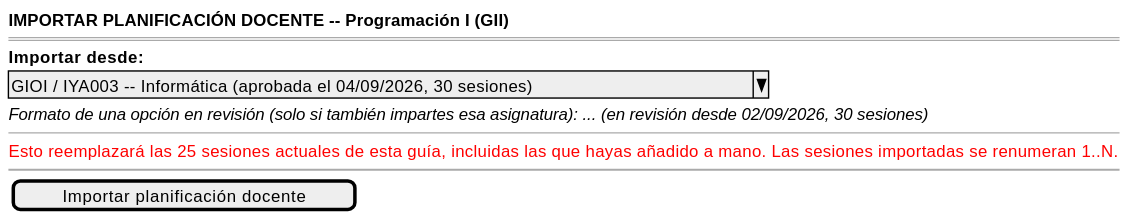
Earlier version of the PlantUML export images/RUP/01-requisitos/03-detalle-casos-uso/importarPlanificacionDocenteDeGuiaHermana/wireframe.svg (mmasias/pyCeldaPublico). Source of this version:
```plantuml
@startsalt importarPlanificacionDocenteDeGuiaHermana-wireframe
{
    <b>IMPORTAR PLANIFICACIÓN DOCENTE -- Programación I (GII)</b>
    ====
    <b>Importar desde:</b>
    ^GIOI / IYA003 -- Informática (aprobada el 04/09/2026, 30 sesiones)^
    <i>Formato de una opción en revisión (solo si también impartes esa asignatura): ... (en revisión desde 02/09/2026, 30 sesiones)</i>
    --
    <color:red>Esto reemplazará las 25 sesiones actuales de esta guía, incluidas las que hayas añadido a mano. Las sesiones importadas se renumeran 1..N.</color>
    ~~
    {[Importar planificación docente]}
}
@endsalt
```
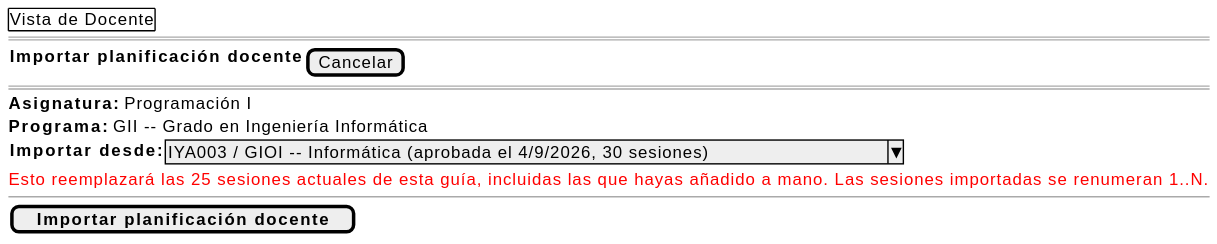
Later version of the same file.

The edit, as a diff of the source:
```diff
@@ -1,13 +1,14 @@
 @startsalt importarPlanificacionDocenteDeGuiaHermana-wireframe
 {
-    <b>IMPORTAR PLANIFICACIÓN DOCENTE -- Programación I (GII)</b>
+    {+ Vista de Docente }
     ====
-    <b>Importar desde:</b>
-    ^GIOI / IYA003 -- Informática (aprobada el 04/09/2026, 30 sesiones)^
-    <i>Formato de una opción en revisión (solo si también impartes esa asignatura): ... (en revisión desde 02/09/2026, 30 sesiones)</i>
+    {<b>Importar planificación docente</b> | [Cancelar]}
+    ====
+    <b>Asignatura:</b> Programación I
+    <b>Programa:</b> GII -- Grado en Ingeniería Informática
+    {<b>Importar desde:</b> | ^IYA003 / GIOI -- Informática (aprobada el 4/9/2026, 30 sesiones)^}
+    <color:red>Esto reemplazará las 25 sesiones actuales de esta guía, incluidas las que hayas añadido a mano. Las sesiones importadas se renumeran 1..N.</color>
     --
-    <color:red>Esto reemplazará las 25 sesiones actuales de esta guía, incluidas las que hayas añadido a mano. Las sesiones importadas se renumeran 1..N.</color>
-    ~~
-    {[Importar planificación docente]}
+    [<b>Importar planificación docente</b>]
 }
 @endsalt
```
